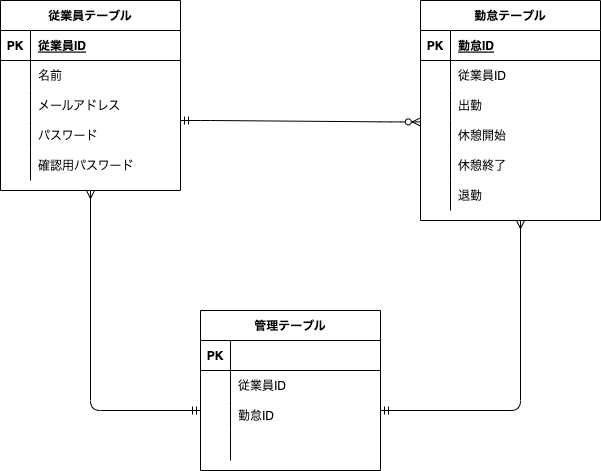
Before: index.drawio.png, a diagram exported from draw.io (candyman5667/kintaikanriapp). Source tidied: cells renumbered, new cells last; positions are measured from the earlier drawing's top-left corner, leaving out a move shared by most shapes.
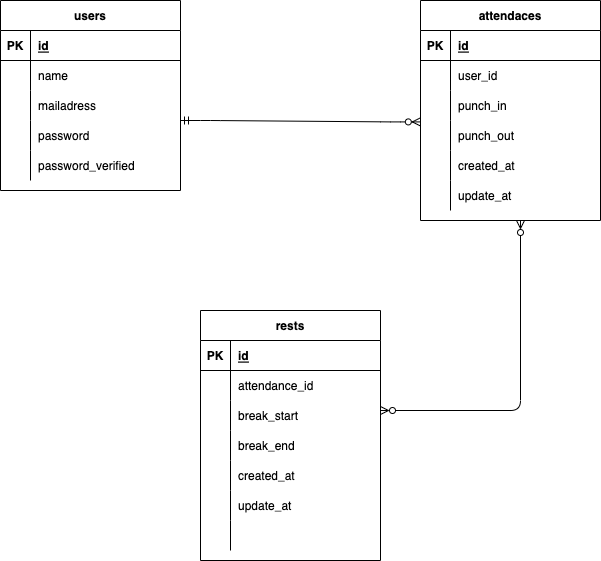
Above is the later version.

The edit, as a diff of the source:
```diff
@@ -2,7 +2,7 @@
   <root>
     <mxCell id="0" />
     <mxCell id="1" parent="0" />
-    <mxCell id="2" value="従業員テーブル" style="shape=table;startSize=30;rowLines=0;fontStyle=1;align=center;" parent="1" vertex="1">
+    <mxCell id="2" value="users" style="shape=table;startSize=30;rowLines=0;fontStyle=1;align=center;" parent="1" vertex="1">
       <mxGeometry width="180" height="190" as="geometry" />
     </mxCell>
     <mxCell id="3" style="shape=partialRectangle;fillColor=none;top=0;left=0;bottom=1;right=0;" parent="2" vertex="1">
@@ -11,7 +11,7 @@
     <mxCell id="4" value="PK" style="shape=partialRectangle;fillColor=none;top=0;left=0;bottom=0;right=0;fontStyle=1;overflow=hidden;" parent="3" vertex="1">
       <mxGeometry width="30" height="30" as="geometry" />
     </mxCell>
-    <mxCell id="5" value="従業員ID" style="shape=partialRectangle;fillColor=none;top=0;left=0;bottom=0;right=0;align=left;spacingLeft=6;fontStyle=5;overflow=hidden;" parent="3" vertex="1">
+    <mxCell id="5" value="id" style="shape=partialRectangle;fillColor=none;top=0;left=0;bottom=0;right=0;align=left;spacingLeft=6;fontStyle=5;overflow=hidden;" parent="3" vertex="1">
       <mxGeometry x="30" width="150" height="30" as="geometry" />
     </mxCell>
     <mxCell id="6" style="shape=partialRectangle;fillColor=none;top=0;left=0;bottom=0;right=0;" parent="2" vertex="1">
@@ -20,7 +20,7 @@
     <mxCell id="7" style="shape=partialRectangle;fillColor=none;top=0;left=0;bottom=0;right=0;overflow=hidden;" parent="6" vertex="1">
       <mxGeometry width="30" height="30" as="geometry" />
     </mxCell>
-    <mxCell id="8" value="名前" style="shape=partialRectangle;fillColor=none;top=0;left=0;bottom=0;right=0;align=left;spacingLeft=6;overflow=hidden;" parent="6" vertex="1">
+    <mxCell id="8" value="name" style="shape=partialRectangle;fillColor=none;top=0;left=0;bottom=0;right=0;align=left;spacingLeft=6;overflow=hidden;" parent="6" vertex="1">
       <mxGeometry x="30" width="150" height="30" as="geometry" />
     </mxCell>
     <mxCell id="9" style="shape=partialRectangle;fillColor=none;top=0;left=0;bottom=0;right=0;" parent="2" vertex="1">
@@ -29,7 +29,7 @@
     <mxCell id="10" style="shape=partialRectangle;fillColor=none;top=0;left=0;bottom=0;right=0;overflow=hidden;" parent="9" vertex="1">
       <mxGeometry width="30" height="30" as="geometry" />
     </mxCell>
-    <mxCell id="11" value="メールアドレス" style="shape=partialRectangle;fillColor=none;top=0;left=0;bottom=0;right=0;align=left;spacingLeft=6;overflow=hidden;" parent="9" vertex="1">
+    <mxCell id="11" value="mailadress" style="shape=partialRectangle;fillColor=none;top=0;left=0;bottom=0;right=0;align=left;spacingLeft=6;overflow=hidden;" parent="9" vertex="1">
       <mxGeometry x="30" width="150" height="30" as="geometry" />
     </mxCell>
     <mxCell id="12" style="shape=partialRectangle;fillColor=none;top=0;left=0;bottom=0;right=0;" parent="2" vertex="1">
@@ -38,7 +38,7 @@
     <mxCell id="13" style="shape=partialRectangle;fillColor=none;top=0;left=0;bottom=0;right=0;overflow=hidden;" parent="12" vertex="1">
       <mxGeometry width="30" height="30" as="geometry" />
     </mxCell>
-    <mxCell id="14" value="パスワード" style="shape=partialRectangle;fillColor=none;top=0;left=0;bottom=0;right=0;align=left;spacingLeft=6;overflow=hidden;" parent="12" vertex="1">
+    <mxCell id="14" value="password" style="shape=partialRectangle;fillColor=none;top=0;left=0;bottom=0;right=0;align=left;spacingLeft=6;overflow=hidden;" parent="12" vertex="1">
       <mxGeometry x="30" width="150" height="30" as="geometry" />
     </mxCell>
     <mxCell id="15" style="shape=partialRectangle;fillColor=none;top=0;left=0;bottom=0;right=0;" parent="2" vertex="1">
@@ -47,10 +47,10 @@
     <mxCell id="16" style="shape=partialRectangle;fillColor=none;top=0;left=0;bottom=0;right=0;overflow=hidden;" parent="15" vertex="1">
       <mxGeometry width="30" height="30" as="geometry" />
     </mxCell>
-    <mxCell id="17" value="確認用パスワード" style="shape=partialRectangle;fillColor=none;top=0;left=0;bottom=0;right=0;align=left;spacingLeft=6;overflow=hidden;" parent="15" vertex="1">
+    <mxCell id="17" value="password_verified" style="shape=partialRectangle;fillColor=none;top=0;left=0;bottom=0;right=0;align=left;spacingLeft=6;overflow=hidden;" parent="15" vertex="1">
       <mxGeometry x="30" width="150" height="30" as="geometry" />
     </mxCell>
-    <mxCell id="18" value="勤怠テーブル" style="shape=table;startSize=30;rowLines=0;fontStyle=1;align=center;" parent="1" vertex="1">
+    <mxCell id="18" value="attendaces" style="shape=table;startSize=30;rowLines=0;fontStyle=1;align=center;" parent="1" vertex="1">
       <mxGeometry x="420" width="180" height="220" as="geometry" />
     </mxCell>
     <mxCell id="19" style="shape=partialRectangle;fillColor=none;top=0;left=0;bottom=1;right=0;" parent="18" vertex="1">
@@ -59,7 +59,7 @@
     <mxCell id="20" value="PK" style="shape=partialRectangle;fillColor=none;top=0;left=0;bottom=0;right=0;fontStyle=1;overflow=hidden;" parent="19" vertex="1">
       <mxGeometry width="30" height="30" as="geometry" />
     </mxCell>
-    <mxCell id="21" value="勤怠ID" style="shape=partialRectangle;fillColor=none;top=0;left=0;bottom=0;right=0;align=left;spacingLeft=6;fontStyle=5;overflow=hidden;" parent="19" vertex="1">
+    <mxCell id="21" value="id" style="shape=partialRectangle;fillColor=none;top=0;left=0;bottom=0;right=0;align=left;spacingLeft=6;fontStyle=5;overflow=hidden;" parent="19" vertex="1">
       <mxGeometry x="30" width="150" height="30" as="geometry" />
     </mxCell>
     <mxCell id="22" style="shape=partialRectangle;fillColor=none;top=0;left=0;bottom=0;right=0;" parent="18" vertex="1">
@@ -68,7 +68,7 @@
     <mxCell id="23" style="shape=partialRectangle;fillColor=none;top=0;left=0;bottom=0;right=0;overflow=hidden;" parent="22" vertex="1">
       <mxGeometry width="30" height="30" as="geometry" />
     </mxCell>
-    <mxCell id="24" value="従業員ID" style="shape=partialRectangle;fillColor=none;top=0;left=0;bottom=0;right=0;align=left;spacingLeft=6;overflow=hidden;" parent="22" vertex="1">
+    <mxCell id="24" value="user_id" style="shape=partialRectangle;fillColor=none;top=0;left=0;bottom=0;right=0;align=left;spacingLeft=6;overflow=hidden;" parent="22" vertex="1">
       <mxGeometry x="30" width="150" height="30" as="geometry" />
     </mxCell>
     <mxCell id="25" style="shape=partialRectangle;fillColor=none;top=0;left=0;bottom=0;right=0;" parent="18" vertex="1">
@@ -77,7 +77,7 @@
     <mxCell id="26" style="shape=partialRectangle;fillColor=none;top=0;left=0;bottom=0;right=0;overflow=hidden;" parent="25" vertex="1">
       <mxGeometry width="30" height="30" as="geometry" />
     </mxCell>
-    <mxCell id="27" value="出勤" style="shape=partialRectangle;fillColor=none;top=0;left=0;bottom=0;right=0;align=left;spacingLeft=6;overflow=hidden;" parent="25" vertex="1">
+    <mxCell id="27" value="punch_in" style="shape=partialRectangle;fillColor=none;top=0;left=0;bottom=0;right=0;align=left;spacingLeft=6;overflow=hidden;" parent="25" vertex="1">
       <mxGeometry x="30" width="150" height="30" as="geometry" />
     </mxCell>
     <mxCell id="28" style="shape=partialRectangle;fillColor=none;top=0;left=0;bottom=0;right=0;points=[[0,0.5],[1,0.5]];portConstraint=eastwest;" parent="18" vertex="1">
@@ -86,7 +86,7 @@
     <mxCell id="29" style="shape=partialRectangle;fillColor=none;top=0;left=0;bottom=0;right=0;overflow=hidden;" parent="28" vertex="1">
       <mxGeometry width="30" height="30" as="geometry" />
     </mxCell>
-    <mxCell id="30" value="休憩開始" style="shape=partialRectangle;fillColor=none;top=0;left=0;bottom=0;right=0;align=left;spacingLeft=6;overflow=hidden;" parent="28" vertex="1">
+    <mxCell id="30" value="punch_out" style="shape=partialRectangle;fillColor=none;top=0;left=0;bottom=0;right=0;align=left;spacingLeft=6;overflow=hidden;" parent="28" vertex="1">
       <mxGeometry x="30" width="150" height="30" as="geometry" />
     </mxCell>
     <mxCell id="31" style="shape=partialRectangle;fillColor=none;top=0;left=0;bottom=0;right=0;" parent="18" vertex="1">
@@ -95,7 +95,7 @@
     <mxCell id="32" style="shape=partialRectangle;fillColor=none;top=0;left=0;bottom=0;right=0;overflow=hidden;" parent="31" vertex="1">
       <mxGeometry width="30" height="30" as="geometry" />
     </mxCell>
-    <mxCell id="33" value="休憩終了" style="shape=partialRectangle;fillColor=none;top=0;left=0;bottom=0;right=0;align=left;spacingLeft=6;overflow=hidden;" parent="31" vertex="1">
+    <mxCell id="33" value="created_at" style="shape=partialRectangle;fillColor=none;top=0;left=0;bottom=0;right=0;align=left;spacingLeft=6;overflow=hidden;" parent="31" vertex="1">
       <mxGeometry x="30" width="150" height="30" as="geometry" />
     </mxCell>
     <mxCell id="34" style="shape=partialRectangle;fillColor=none;top=0;left=0;bottom=0;right=0;" parent="18" vertex="1">
@@ -104,7 +104,7 @@
     <mxCell id="35" style="shape=partialRectangle;fillColor=none;top=0;left=0;bottom=0;right=0;overflow=hidden;" parent="34" vertex="1">
       <mxGeometry width="30" height="30" as="geometry" />
     </mxCell>
-    <mxCell id="36" value="退勤" style="shape=partialRectangle;fillColor=none;top=0;left=0;bottom=0;right=0;align=left;spacingLeft=6;overflow=hidden;" parent="34" vertex="1">
+    <mxCell id="36" value="update_at" style="shape=partialRectangle;fillColor=none;top=0;left=0;bottom=0;right=0;align=left;spacingLeft=6;overflow=hidden;" parent="34" vertex="1">
       <mxGeometry x="30" width="150" height="30" as="geometry" />
     </mxCell>
     <mxCell id="37" style="edgeStyle=entityRelationEdgeStyle;fontSize=12;html=1;endArrow=ERzeroToMany;startArrow=ERmandOne;entryX=-0.001;entryY=0.047;entryDx=0;entryDy=0;entryPerimeter=0;" parent="1" edge="1" target="28">
@@ -112,8 +112,8 @@
         <mxPoint x="180" y="120" as="sourcePoint" />
       </mxGeometry>
     </mxCell>
-    <mxCell id="38" value="管理テーブル" style="shape=table;startSize=30;rowLines=0;fontStyle=1;align=center;" parent="1" vertex="1">
-      <mxGeometry x="200" y="310" width="180" height="160" as="geometry" />
+    <mxCell id="38" value="rests" style="shape=table;startSize=30;rowLines=0;fontStyle=1;align=center;" parent="1" vertex="1">
+      <mxGeometry x="200" y="310" width="180" height="250" as="geometry" />
     </mxCell>
     <mxCell id="39" style="shape=partialRectangle;fillColor=none;top=0;left=0;bottom=1;right=0;" parent="38" vertex="1">
       <mxGeometry y="30" width="180" height="30" as="geometry" />
@@ -121,7 +121,7 @@
     <mxCell id="40" value="PK" style="shape=partialRectangle;fillColor=none;top=0;left=0;bottom=0;right=0;fontStyle=1;overflow=hidden;" parent="39" vertex="1">
       <mxGeometry width="30" height="30" as="geometry" />
     </mxCell>
-    <mxCell id="41" style="shape=partialRectangle;fillColor=none;top=0;left=0;bottom=0;right=0;align=left;spacingLeft=6;fontStyle=5;overflow=hidden;" parent="39" vertex="1">
+    <mxCell id="41" value="id" style="shape=partialRectangle;fillColor=none;top=0;left=0;bottom=0;right=0;align=left;spacingLeft=6;fontStyle=5;overflow=hidden;" parent="39" vertex="1">
       <mxGeometry x="30" width="150" height="30" as="geometry" />
     </mxCell>
     <mxCell id="42" style="shape=partialRectangle;fillColor=none;top=0;left=0;bottom=0;right=0;" parent="38" vertex="1">
@@ -130,7 +130,7 @@
     <mxCell id="43" style="shape=partialRectangle;fillColor=none;top=0;left=0;bottom=0;right=0;overflow=hidden;" parent="42" vertex="1">
       <mxGeometry width="30" height="30" as="geometry" />
     </mxCell>
-    <mxCell id="44" value="従業員ID" style="shape=partialRectangle;fillColor=none;top=0;left=0;bottom=0;right=0;align=left;spacingLeft=6;overflow=hidden;" parent="42" vertex="1">
+    <mxCell id="44" value="attendance_id" style="shape=partialRectangle;fillColor=none;top=0;left=0;bottom=0;right=0;align=left;spacingLeft=6;overflow=hidden;" parent="42" vertex="1">
       <mxGeometry x="30" width="150" height="30" as="geometry" />
     </mxCell>
     <mxCell id="45" style="shape=partialRectangle;fillColor=none;top=0;left=0;bottom=0;right=0;" parent="38" vertex="1">
@@ -139,28 +139,46 @@
     <mxCell id="46" style="shape=partialRectangle;fillColor=none;top=0;left=0;bottom=0;right=0;overflow=hidden;" parent="45" vertex="1">
       <mxGeometry width="30" height="30" as="geometry" />
     </mxCell>
-    <mxCell id="47" value="勤怠ID" style="shape=partialRectangle;fillColor=none;top=0;left=0;bottom=0;right=0;align=left;spacingLeft=6;overflow=hidden;" parent="45" vertex="1">
+    <mxCell id="47" value="break_start" style="shape=partialRectangle;fillColor=none;top=0;left=0;bottom=0;right=0;align=left;spacingLeft=6;overflow=hidden;" parent="45" vertex="1">
       <mxGeometry x="30" width="150" height="30" as="geometry" />
     </mxCell>
+    <mxCell id="53" style="shape=partialRectangle;fillColor=none;top=0;left=0;bottom=0;right=0;" parent="38" vertex="1">
+      <mxGeometry y="120" width="180" height="30" as="geometry" />
+    </mxCell>
+    <mxCell id="54" style="shape=partialRectangle;fillColor=none;top=0;left=0;bottom=0;right=0;overflow=hidden;" parent="53" vertex="1">
+      <mxGeometry width="30" height="30" as="geometry" />
+    </mxCell>
+    <mxCell id="55" value="break_end" style="shape=partialRectangle;fillColor=none;top=0;left=0;bottom=0;right=0;align=left;spacingLeft=6;overflow=hidden;" parent="53" vertex="1">
+      <mxGeometry x="30" width="150" height="30" as="geometry" />
+    </mxCell>
     <mxCell id="48" style="shape=partialRectangle;fillColor=none;top=0;left=0;bottom=0;right=0;" parent="38" vertex="1">
-      <mxGeometry y="120" width="180" height="30" as="geometry" />
+      <mxGeometry y="150" width="180" height="30" as="geometry" />
     </mxCell>
     <mxCell id="49" style="shape=partialRectangle;fillColor=none;top=0;left=0;bottom=0;right=0;overflow=hidden;" parent="48" vertex="1">
       <mxGeometry width="30" height="30" as="geometry" />
     </mxCell>
-    <mxCell id="50" style="shape=partialRectangle;fillColor=none;top=0;left=0;bottom=0;right=0;align=left;spacingLeft=6;overflow=hidden;" parent="48" vertex="1">
+    <mxCell id="50" value="created_at" style="shape=partialRectangle;fillColor=none;top=0;left=0;bottom=0;right=0;align=left;spacingLeft=6;overflow=hidden;" parent="48" vertex="1">
       <mxGeometry x="30" width="150" height="30" as="geometry" />
     </mxCell>
-    <mxCell id="51" style="edgeStyle=orthogonalEdgeStyle;fontSize=12;html=1;endArrow=ERmandOne;startArrow=ERmany;startFill=0;endFill=0;" parent="1" edge="1">
-      <mxGeometry relative="1" as="geometry">
-        <mxPoint x="90" y="190" as="sourcePoint" />
-        <mxPoint x="200" y="410" as="targetPoint" />
-        <Array as="points">
-          <mxPoint x="90" y="410" />
-        </Array>
-      </mxGeometry>
-    </mxCell>
+    <mxCell id="56" style="shape=partialRectangle;fillColor=none;top=0;left=0;bottom=0;right=0;" parent="38" vertex="1">
+      <mxGeometry y="180" width="180" height="30" as="geometry" />
+    </mxCell>
+    <mxCell id="57" style="shape=partialRectangle;fillColor=none;top=0;left=0;bottom=0;right=0;overflow=hidden;" parent="56" vertex="1">
+      <mxGeometry width="30" height="30" as="geometry" />
+    </mxCell>
+    <mxCell id="58" value="update_at" style="shape=partialRectangle;fillColor=none;top=0;left=0;bottom=0;right=0;align=left;spacingLeft=6;overflow=hidden;" parent="56" vertex="1">
+      <mxGeometry x="30" width="150" height="30" as="geometry" />
+    </mxCell>
+    <mxCell id="59" style="shape=partialRectangle;fillColor=none;top=0;left=0;bottom=0;right=0;" parent="38" vertex="1">
+      <mxGeometry y="210" width="180" height="30" as="geometry" />
+    </mxCell>
+    <mxCell id="60" style="shape=partialRectangle;fillColor=none;top=0;left=0;bottom=0;right=0;overflow=hidden;" parent="59" vertex="1">
+      <mxGeometry width="30" height="30" as="geometry" />
+    </mxCell>
+    <mxCell id="61" style="shape=partialRectangle;fillColor=none;top=0;left=0;bottom=0;right=0;align=left;spacingLeft=6;overflow=hidden;" parent="59" vertex="1">
+      <mxGeometry x="30" width="150" height="30" as="geometry" />
+    </mxCell>
-    <mxCell id="52" style="fontSize=12;html=1;endArrow=ERmandOne;startArrow=ERmany;startFill=0;endFill=0;edgeStyle=orthogonalEdgeStyle;" parent="1" edge="1">
+    <mxCell id="52" style="fontSize=12;html=1;endArrow=ERzeroToMany;startArrow=ERzeroToMany;startFill=0;endFill=0;edgeStyle=orthogonalEdgeStyle;" parent="1" edge="1">
       <mxGeometry relative="1" as="geometry">
         <mxPoint x="520" y="220" as="sourcePoint" />
         <mxPoint x="380" y="410" as="targetPoint" />
```
